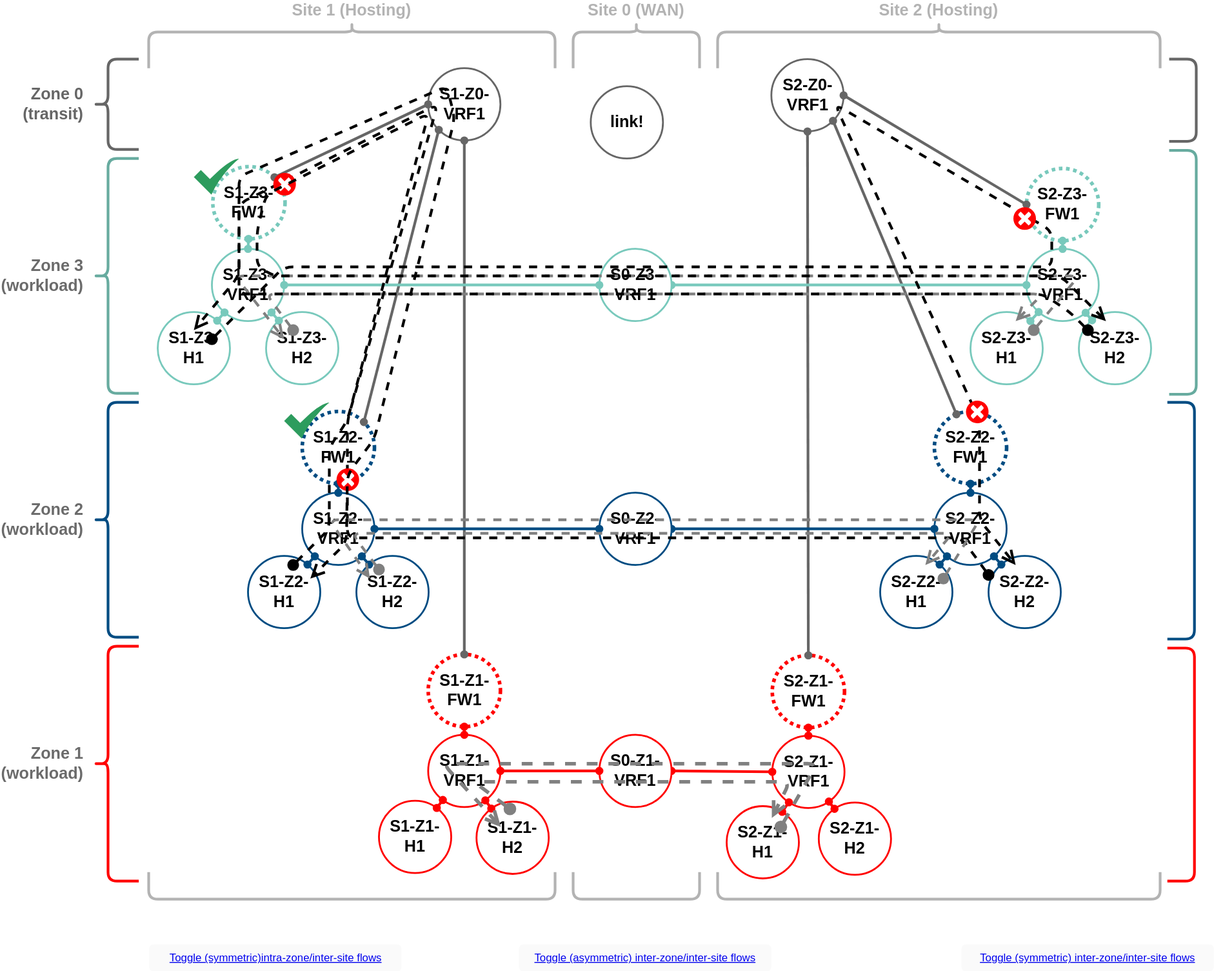
menckend/alpha keeps this draw.io diagram as pages/1/3 (spontaneous-symmetry)/spont-sym-case-study-2.drawio.svg. Above is the earlier version. Source tidied: cells renumbered, new cells last; positions are measured from the earlier drawing's top-left corner, leaving out a move shared by most shapes.
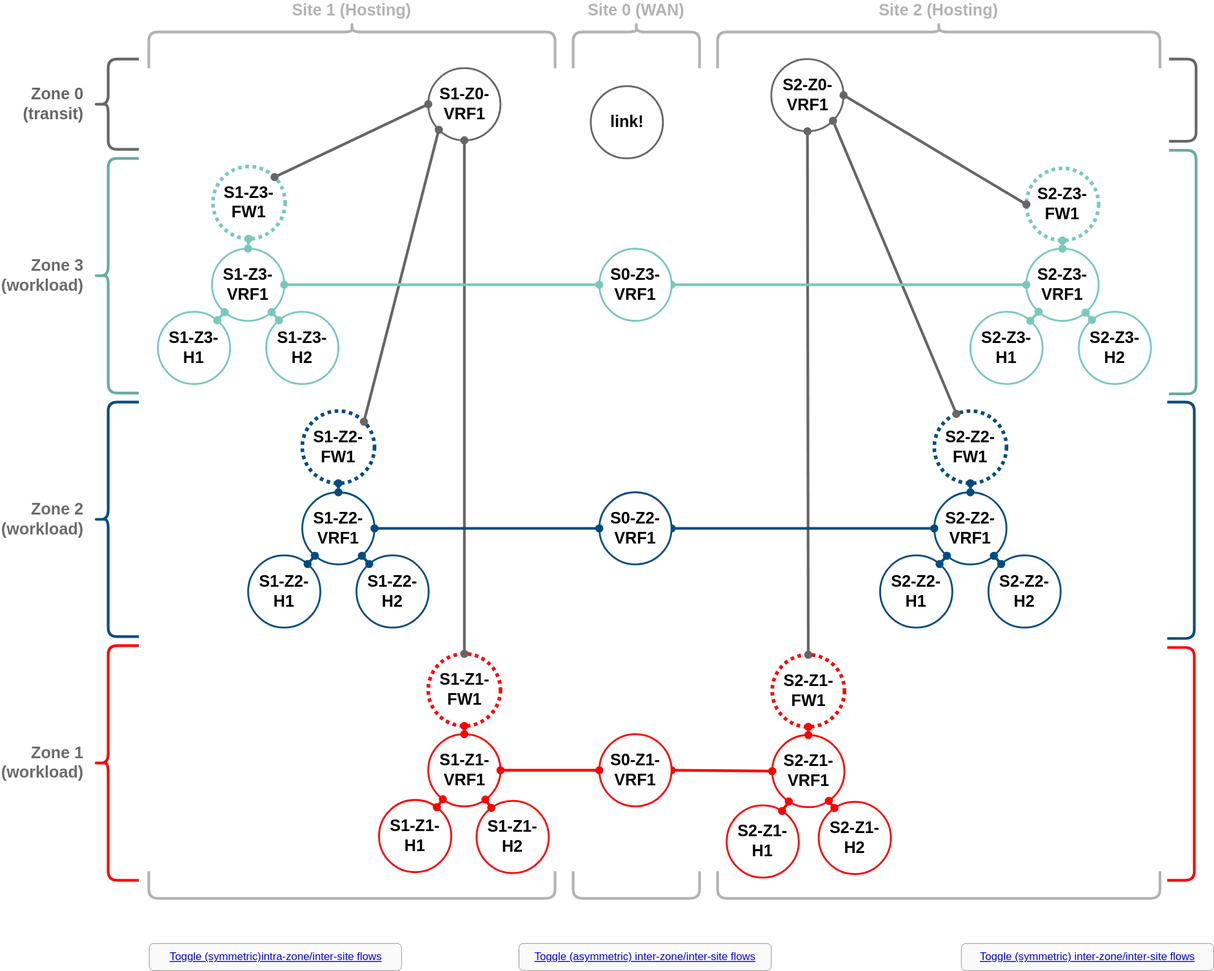
Above is the later version.

Change to the diagram source:
```diff
@@ -221,143 +221,15 @@
     <mxCell id="74" style="shape=curlyBracket;whiteSpace=wrap;html=1;rounded=1;labelPosition=left;verticalLabelPosition=middle;align=right;verticalAlign=middle;rotation=0;strokeWidth=3;strokeColor=#666666;direction=west;size=0;fontSize=18;fontStyle=1;fontColor=#666666;" parent="1" vertex="1">
       <mxGeometry x="1191" y="40" width="30" height="91" as="geometry" />
     </mxCell>
-    <mxCell id="75" style="endArrow=open;startArrow=oval;html=1;strokeWidth=3;strokeColor=#808080;startFill=1;endFill=0;fontSize=18;fontStyle=1;fontColor=#666666;flowAnimation=1;backgroundOutline=0;flowAnimationDuration=1000;flowAnimationDirection=normal;fixDash=0;flowAnimationTimingFunction=linear;endSize=10;startSize=10;dashed=1;rounded=1;curved=0;jumpSize=5;entryX=0.625;entryY=0.125;entryDx=0;entryDy=0;entryPerimeter=0;" parent="1" edge="1" target="25">
-      <mxGeometry relative="1" as="geometry">
-        <mxPoint x="221" y="340" as="sourcePoint" />
-        <Array as="points">
-          <mxPoint x="191" y="300" />
-          <mxPoint x="1051" y="300" />
-        </Array>
-      </mxGeometry>
-    </mxCell>
-    <mxCell id="76" style="endArrow=open;startArrow=oval;html=1;strokeWidth=3;strokeColor=#808080;startFill=1;endFill=0;fontSize=18;fontStyle=1;fontColor=#666666;flowAnimation=1;backgroundOutline=0;flowAnimationDuration=1000;flowAnimationDirection=normal;fixDash=0;flowAnimationTimingFunction=linear;endSize=10;startSize=10;dashed=1;rounded=1;curved=0;entryX=0.25;entryY=0.375;entryDx=0;entryDy=0;entryPerimeter=0;jumpSize=5;exitX=0.875;exitY=0.25;exitDx=0;exitDy=0;exitPerimeter=0;" parent="1" edge="1" source="25" target="59">
-      <mxGeometry relative="1" as="geometry">
-        <Array as="points">
-          <mxPoint x="1091" y="280" />
-          <mxPoint x="157" y="280" />
-        </Array>
-      </mxGeometry>
-    </mxCell>
-    <mxCell id="77" style="endArrow=open;startArrow=oval;html=1;strokeWidth=3;strokeColor=#000000;startFill=1;endFill=0;fontSize=18;fontStyle=1;fontColor=#666666;flowAnimation=1;backgroundOutline=0;flowAnimationDuration=1000;flowAnimationDirection=alternate;fixDash=0;flowAnimationTimingFunction=linear;endSize=10;startSize=10;dashed=1;exitX=0;exitY=0.263;exitDx=0;exitDy=0;entryX=0.5;entryY=0.25;entryDx=0;entryDy=0;rounded=1;curved=0;exitPerimeter=0;entryPerimeter=0;" parent="1" edge="1" source="8" target="56">
-      <mxGeometry relative="1" as="geometry">
-        <Array as="points">
-          <mxPoint x="961" y="570" />
-          <mxPoint x="281" y="570" />
-          <mxPoint x="281" y="440" />
-          <mxPoint x="381" y="90" />
-          <mxPoint x="161" y="200" />
-          <mxPoint x="161" y="280" />
-        </Array>
-      </mxGeometry>
-    </mxCell>
-    <mxCell id="78" style="endArrow=open;startArrow=oval;html=1;strokeWidth=3;strokeColor=#000000;startFill=1;endFill=0;fontSize=18;fontStyle=1;fontColor=#666666;flowAnimation=1;backgroundOutline=0;flowAnimationDuration=1000;flowAnimationDirection=alternate;fixDash=0;flowAnimationTimingFunction=linear;endSize=10;startSize=10;dashed=1;exitX=0.75;exitY=0.375;exitDx=0;exitDy=0;rounded=1;curved=0;exitPerimeter=0;entryX=0.375;entryY=0.125;entryDx=0;entryDy=0;entryPerimeter=0;" parent="1" edge="1" source="56" target="8">
-      <mxGeometry relative="1" as="geometry">
-        <Array as="points">
-          <mxPoint x="161" y="320" />
-          <mxPoint x="211" y="270" />
-          <mxPoint x="1061" y="270" />
-          <mxPoint x="1061" y="230" />
-          <mxPoint x="821" y="90" />
-          <mxPoint x="981" y="440" />
-          <mxPoint x="981" y="550" />
-        </Array>
-      </mxGeometry>
-    </mxCell>
-    <mxCell id="79" value="Toggle (symmetric)intra-zone/inter-site flows" style="html=1;shadow=0;dashed=0;shape=mxgraph.bootstrap.rrect;rSize=5;strokeWidth=2;whiteSpace=wrap;align=center;verticalAlign=middle;spacingLeft=0;fontStyle=4;fontSize=12;spacing=5;strokeColor=none;fontColor=#0000EE;fillColor=#FAFAFA;" parent="1" vertex="1">
+    <mxCell id="79" value="Toggle (symmetric)intra-zone/inter-site flows" style="html=1;shadow=0;dashed=0;shape=mxgraph.bootstrap.rrect;rSize=5;strokeWidth=0.5;whiteSpace=wrap;align=center;verticalAlign=middle;spacingLeft=0;fontStyle=4;fontSize=12;spacing=5;strokeColor=#666666;fontColor=#0000EE;fillColor=#FAFAFA;" parent="1" vertex="1">
       <mxGeometry x="61.5" y="1020" width="279.5" height="30" as="geometry" />
     </mxCell>
-    <mxCell id="80" style="endArrow=open;startArrow=oval;html=1;strokeWidth=4;strokeColor=#808080;startFill=1;endFill=0;fontSize=18;fontStyle=1;fontColor=#666666;flowAnimation=1;backgroundOutline=0;flowAnimationDuration=1000;flowAnimationDirection=normal;fixDash=0;flowAnimationTimingFunction=linear;endSize=10;startSize=10;dashed=1;rounded=1;curved=0;entryX=0.625;entryY=0.162;entryDx=0;entryDy=0;entryPerimeter=0;" parent="1" edge="1" target="9">
-      <mxGeometry relative="1" as="geometry">
-        <mxPoint x="461" y="870" as="sourcePoint" />
-        <Array as="points">
-          <mxPoint x="421" y="840" />
-          <mxPoint x="771" y="840" />
-        </Array>
-      </mxGeometry>
-    </mxCell>
-    <mxCell id="81" style="endArrow=open;startArrow=oval;html=1;strokeWidth=4;strokeColor=#808080;startFill=1;endFill=0;fontSize=18;fontStyle=1;fontColor=#666666;flowAnimation=1;backgroundOutline=0;flowAnimationDuration=1000;flowAnimationDirection=normal;fixDash=0;flowAnimationTimingFunction=linear;endSize=10;startSize=10;dashed=1;exitX=0.75;exitY=0.288;exitDx=0;exitDy=0;rounded=1;curved=0;exitPerimeter=0;" parent="1" edge="1" source="9">
-      <mxGeometry relative="1" as="geometry">
-        <mxPoint x="451" y="890" as="targetPoint" />
-        <Array as="points">
-          <mxPoint x="801" y="820" />
-          <mxPoint x="387" y="820" />
-        </Array>
-      </mxGeometry>
-    </mxCell>
-    <mxCell id="82" style="endArrow=open;startArrow=oval;html=1;strokeWidth=3;strokeColor=#808080;startFill=1;endFill=0;fontSize=18;fontStyle=1;fontColor=#666666;flowAnimation=1;backgroundOutline=0;flowAnimationDuration=1000;flowAnimationDirection=normal;fixDash=0;flowAnimationTimingFunction=linear;endSize=10;startSize=10;dashed=1;rounded=1;curved=0;jumpSize=5;entryX=0.625;entryY=0.125;entryDx=0;entryDy=0;entryPerimeter=0;" parent="1" edge="1" target="2">
-      <mxGeometry relative="1" as="geometry">
-        <mxPoint x="316" y="605" as="sourcePoint" />
-        <Array as="points">
-          <mxPoint x="286" y="565" />
-          <mxPoint x="951" y="565" />
-        </Array>
-      </mxGeometry>
-    </mxCell>
-    <mxCell id="83" style="endArrow=open;startArrow=oval;html=1;strokeWidth=3;strokeColor=#808080;startFill=1;endFill=0;fontSize=18;fontStyle=1;fontColor=#666666;flowAnimation=1;backgroundOutline=0;flowAnimationDuration=1000;flowAnimationDirection=normal;fixDash=0;flowAnimationTimingFunction=linear;endSize=10;startSize=10;dashed=1;rounded=1;curved=0;entryX=0.25;entryY=0.375;entryDx=0;entryDy=0;entryPerimeter=0;jumpSize=5;exitX=0.875;exitY=0.313;exitDx=0;exitDy=0;exitPerimeter=0;" parent="1" edge="1" source="2">
-      <mxGeometry relative="1" as="geometry">
-        <mxPoint x="306" y="615" as="targetPoint" />
-        <Array as="points">
-          <mxPoint x="981" y="550" />
-          <mxPoint x="261" y="550" />
-        </Array>
-      </mxGeometry>
-    </mxCell>
-    <mxCell id="84" value="Toggle (asymmetric) inter-zone/inter-site flows" style="html=1;shadow=0;dashed=0;shape=mxgraph.bootstrap.rrect;rSize=5;strokeWidth=2;whiteSpace=wrap;align=center;verticalAlign=middle;spacingLeft=0;fontStyle=4;fontSize=12;spacing=5;strokeColor=none;fontColor=#0000EE;fillColor=#FAFAFA;" parent="1" vertex="1">
+    <mxCell id="84" value="Toggle (asymmetric) inter-zone/inter-site flows" style="html=1;shadow=0;dashed=0;shape=mxgraph.bootstrap.rrect;rSize=5;strokeWidth=0.5;whiteSpace=wrap;align=center;verticalAlign=middle;spacingLeft=0;fontStyle=4;fontSize=12;spacing=5;strokeColor=#666666;fontColor=#0000EE;fillColor=#FAFAFA;" parent="1" vertex="1">
       <mxGeometry x="471" y="1020" width="279.5" height="30" as="geometry" />
     </mxCell>
-    <mxCell id="85" style="shadow=0;dashed=0;html=1;strokeColor=none;fillColor=#FF0000;labelPosition=center;verticalLabelPosition=bottom;verticalAlign=top;align=center;shape=mxgraph.veeam.failed;" parent="1" vertex="1">
-      <mxGeometry x="269" y="493" width="25" height="25" as="geometry" />
-    </mxCell>
-    <mxCell id="86" style="shadow=0;dashed=0;html=1;strokeColor=none;fillColor=#FF0000;labelPosition=center;verticalLabelPosition=bottom;verticalAlign=top;align=center;shape=mxgraph.veeam.failed;" parent="1" vertex="1">
-      <mxGeometry x="966" y="418" width="25" height="25" as="geometry" />
-    </mxCell>
-    <mxCell id="87" style="shadow=0;dashed=0;html=1;strokeColor=none;fillColor=#FF0000;labelPosition=center;verticalLabelPosition=bottom;verticalAlign=top;align=center;shape=mxgraph.veeam.failed;" parent="1" vertex="1">
-      <mxGeometry x="199" y="166" width="25" height="25" as="geometry" />
-    </mxCell>
-    <mxCell id="88" style="shadow=0;dashed=0;html=1;strokeColor=none;fillColor=#FF0000;labelPosition=center;verticalLabelPosition=bottom;verticalAlign=top;align=center;shape=mxgraph.veeam.failed;" parent="1" vertex="1">
-      <mxGeometry x="1018.5" y="204" width="25" height="25" as="geometry" />
-    </mxCell>
-    <mxCell id="89" value="Toggle (symmetric) inter-zone/inter-site flows" style="html=1;shadow=0;dashed=0;shape=mxgraph.bootstrap.rrect;rSize=5;strokeWidth=2;whiteSpace=wrap;align=center;verticalAlign=middle;spacingLeft=0;fontStyle=4;fontSize=12;spacing=5;strokeColor=none;fontColor=#0000EE;fillColor=#FAFAFA;" parent="1" vertex="1">
+    <mxCell id="89" value="Toggle (symmetric) inter-zone/inter-site flows" style="html=1;shadow=0;dashed=0;shape=mxgraph.bootstrap.rrect;rSize=5;strokeWidth=0.5;whiteSpace=wrap;align=center;verticalAlign=middle;spacingLeft=0;fontStyle=4;fontSize=12;spacing=5;strokeColor=#666666;fontColor=#0000EE;fillColor=#FAFAFA;" parent="1" vertex="1">
       <mxGeometry x="961" y="1020" width="279.5" height="30" as="geometry" />
     </mxCell>
-    <mxCell id="90" style="endArrow=open;startArrow=oval;html=1;strokeWidth=3;strokeColor=#000000;startFill=1;endFill=0;fontSize=18;fontStyle=1;fontColor=#666666;flowAnimation=1;backgroundOutline=0;flowAnimationDuration=1000;flowAnimationDirection=normal;fixDash=0;flowAnimationTimingFunction=linear;endSize=10;startSize=10;dashed=1;exitX=0.625;exitY=0.125;exitDx=0;exitDy=0;rounded=1;curved=0;exitPerimeter=0;entryX=0.375;entryY=0.125;entryDx=0;entryDy=0;entryPerimeter=0;" parent="1" edge="1" source="35" target="28">
-      <mxGeometry relative="1" as="geometry">
-        <Array as="points">
-          <mxPoint x="261" y="560" />
-          <mxPoint x="261" y="470" />
-          <mxPoint x="281" y="440" />
-          <mxPoint x="371" y="100" />
-          <mxPoint x="191" y="190" />
-          <mxPoint x="181" y="230" />
-          <mxPoint x="181" y="270" />
-          <mxPoint x="201" y="280" />
-          <mxPoint x="1071" y="280" />
-        </Array>
-      </mxGeometry>
-    </mxCell>
-    <mxCell id="91" style="endArrow=open;startArrow=oval;html=1;strokeWidth=3;strokeColor=#000000;startFill=1;endFill=0;fontSize=18;fontStyle=1;fontColor=#666666;flowAnimation=1;backgroundOutline=0;flowAnimationDuration=1000;flowAnimationDirection=normal;fixDash=0;flowAnimationTimingFunction=linear;endSize=10;startSize=10;dashed=1;rounded=1;curved=0;entryX=0.125;entryY=0.25;entryDx=0;entryDy=0;entryPerimeter=0;exitX=0.125;exitY=0.25;exitDx=0;exitDy=0;exitPerimeter=0;" parent="1" edge="1" source="28">
-      <mxGeometry relative="1" as="geometry">
-        <mxPoint x="240" y="615" as="targetPoint" />
-        <Array as="points">
-          <mxPoint x="1081" y="320" />
-          <mxPoint x="1051" y="300" />
-          <mxPoint x="161" y="300" />
-          <mxPoint x="161" y="230" />
-          <mxPoint x="161" y="170" />
-          <mxPoint x="391" y="70" />
-          <mxPoint x="400" y="105" />
-          <mxPoint x="311" y="460" />
-          <mxPoint x="281" y="500" />
-          <mxPoint x="280" y="575" />
-        </Array>
-      </mxGeometry>
-    </mxCell>
-    <mxCell id="92" style="sketch=0;html=1;strokeColor=none;shadow=0;align=center;fillColor=#2D9C5E;verticalAlign=top;labelPosition=center;verticalLabelPosition=bottom;shape=mxgraph.gcp2.check;" parent="1" vertex="1">
-      <mxGeometry x="111" y="150" width="50" height="40" as="geometry" />
-    </mxCell>
-    <mxCell id="93" style="sketch=0;html=1;strokeColor=none;shadow=0;align=center;fillColor=#2D9C5E;verticalAlign=top;labelPosition=center;verticalLabelPosition=bottom;shape=mxgraph.gcp2.check;" parent="1" vertex="1">
-      <mxGeometry x="211" y="420" width="50" height="40" as="geometry" />
-    </mxCell>
     <mxCell id="94" value="link!" style="ellipse;whiteSpace=wrap;html=1;strokeWidth=2;strokeColor=#666666;fontSize=18;fontStyle=1;" parent="1" vertex="1">
       <mxGeometry x="550.5" y="70" width="80" height="80" as="geometry" />
     </mxCell>
```
